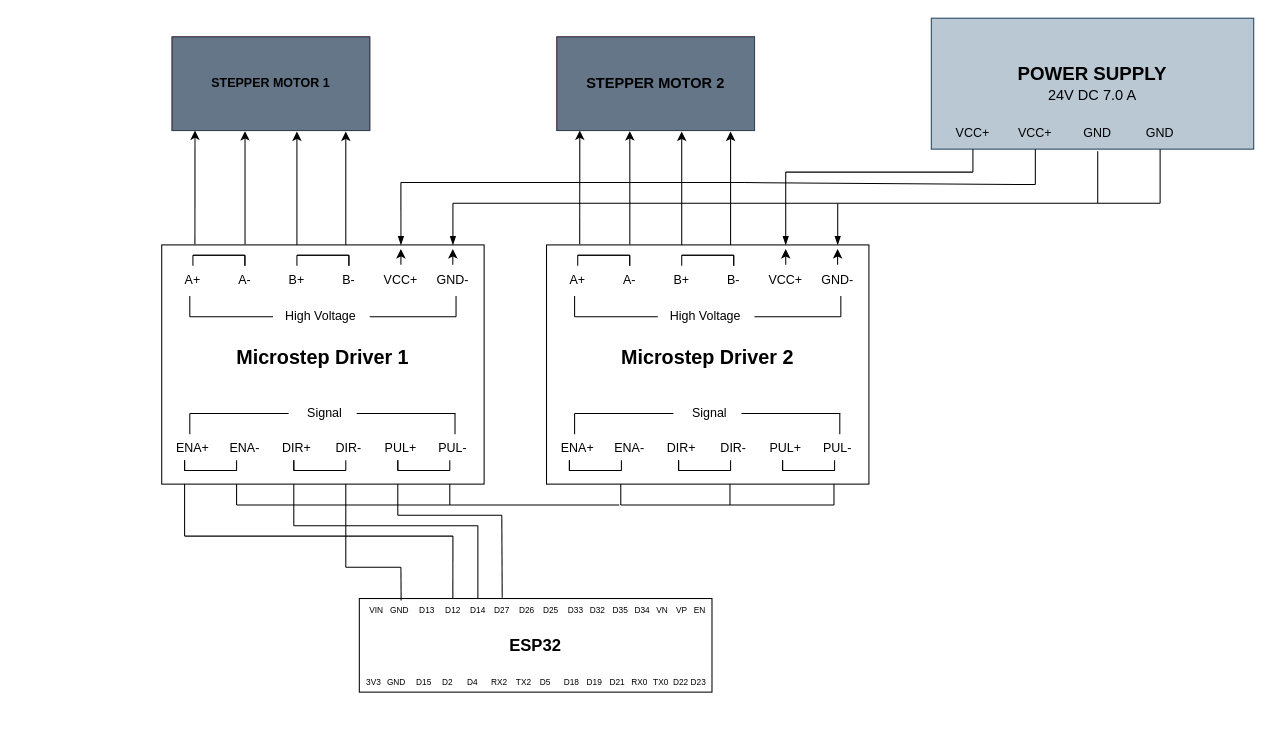
The draw.io diagram Stepper-Driver-Esp32 Circuit Diagram.drawio in DattBhatt/Draw.io, before the edit. Source tidied: cells renumbered, new cells numbered last; positions are measured from the earlier drawing's top-left corner, leaving out a move shared by most shapes. Both pictures are drawn from the tidied source at 104%, with x=0, y=0 at pixel (161, 18).
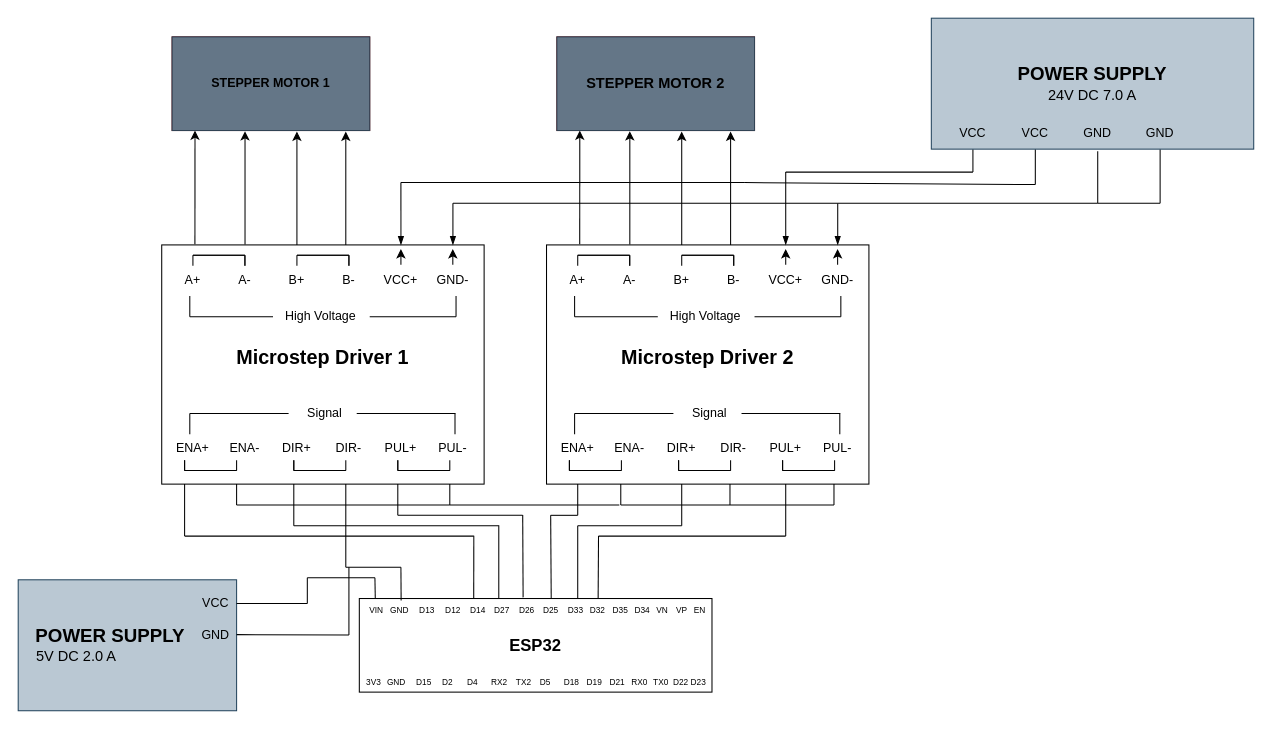
Above is the later version.

Unchanged cells that the change refers to:
```xml
<mxCell id="161" value="&lt;font style=&quot;font-size: 8px;&quot;&gt;VIN&lt;/font&gt;" style="text;html=1;align=left;verticalAlign=middle;points=[];strokeColor=none;fillColor=none;rounded=0;imageAlign=center;imageWidth=24;spacing=0;" parent="159" vertex="1">
  <mxGeometry x="9.8" width="30" height="20" as="geometry" />
</mxCell>
<mxCell id="164" value="&lt;font style=&quot;font-size: 8px;&quot;&gt;D12&lt;/font&gt;" style="text;html=1;align=left;verticalAlign=middle;points=[];strokeColor=none;fillColor=none;rounded=0;imageAlign=center;imageWidth=24;spacing=0;" parent="159" vertex="1">
  <mxGeometry x="83" width="30" height="20" as="geometry" />
</mxCell>
<mxCell id="168" value="&lt;font style=&quot;font-size: 8px;&quot;&gt;D25&lt;/font&gt;" style="text;html=1;align=left;verticalAlign=middle;points=[];strokeColor=none;fillColor=none;rounded=0;imageAlign=center;imageWidth=24;spacing=0;" parent="159" vertex="1">
  <mxGeometry x="176.8" width="30" height="20" as="geometry" />
</mxCell>
<mxCell id="169" value="&lt;font style=&quot;font-size: 8px;&quot;&gt;D33&lt;/font&gt;" style="text;html=1;align=left;verticalAlign=middle;points=[];strokeColor=none;fillColor=none;rounded=0;imageAlign=center;imageWidth=24;spacing=0;" parent="159" vertex="1">
  <mxGeometry x="200.5" width="30" height="20" as="geometry" />
</mxCell>
<mxCell id="170" value="&lt;font style=&quot;font-size: 8px;&quot;&gt;D32&lt;/font&gt;" style="text;html=1;align=left;verticalAlign=middle;points=[];strokeColor=none;fillColor=none;rounded=0;imageAlign=center;imageWidth=24;spacing=0;" parent="159" vertex="1">
  <mxGeometry x="222.1" width="30" height="20" as="geometry" />
</mxCell>
<mxCell id="197" style="group;" parent="1" vertex="1">
  <mxGeometry x="441.4" y="448" width="205" height="20" as="geometry" />
</mxCell>
```

What changed in the source:
```diff
@@
-    <mxCell id="140" value="&lt;font style=&quot;font-size: 18px;&quot;&gt;&lt;b style=&quot;&quot;&gt;POWER SUPPLY&lt;/b&gt;&lt;/font&gt;&lt;div&gt;&lt;font style=&quot;font-size: 14px;&quot;&gt;24V DC 7.0 A&lt;/font&gt;&lt;/div&gt;" style="rounded=0;whiteSpace=wrap;html=1;fillColor=#bac8d3;strokeColor=#23445d;" parent="1" vertex="1">
-      <mxGeometry x="740" width="310" height="125.9" as="geometry" />
-    </mxCell>
-    <mxCell id="141" value="VCC+" style="text;html=1;align=center;verticalAlign=middle;whiteSpace=wrap;rounded=0;" parent="1" vertex="1">
-      <mxGeometry x="750" y="96" width="60" height="30" as="geometry" />
-    </mxCell>
-    <mxCell id="142" value="VCC+" style="text;html=1;align=center;verticalAlign=middle;whiteSpace=wrap;rounded=0;" parent="1" vertex="1">
-      <mxGeometry x="810" y="96" width="60" height="30" as="geometry" />
-    </mxCell>
-    <mxCell id="143" value="GND" style="text;html=1;align=center;verticalAlign=middle;whiteSpace=wrap;rounded=0;" parent="1" vertex="1">
-      <mxGeometry x="930" y="96" width="60" height="30" as="geometry" />
-    </mxCell>
-    <mxCell id="144" value="GND" style="text;html=1;align=center;verticalAlign=middle;whiteSpace=wrap;rounded=0;" parent="1" vertex="1">
-      <mxGeometry x="870" y="96" width="60" height="30" as="geometry" />
-    </mxCell>
@@
+    <mxCell id="214" style="endArrow=none;html=1;rounded=0;entryX=0.124;entryY=1.008;entryDx=0;entryDy=0;entryPerimeter=0;strokeColor=light-dark(#000000,#FFFF33);" parent="197" edge="1">
+      <mxGeometry relative="1" as="geometry">
+        <mxPoint x="58.6" y="40" as="sourcePoint" />
+        <mxPoint x="58.6" as="targetPoint" />
+      </mxGeometry>
+    </mxCell>
@@
     <mxCell id="203" style="endArrow=none;html=1;rounded=0;strokeColor=light-dark(#000000,#FF8000);" parent="1" edge="1">
       <mxGeometry relative="1" as="geometry">
         <mxPoint x="22" y="498" as="sourcePoint" />
-        <mxPoint x="280" y="498" as="targetPoint" />
+        <mxPoint x="300" y="498" as="targetPoint" />
       </mxGeometry>
     </mxCell>
-    <mxCell id="204" style="endArrow=none;html=1;rounded=0;strokeColor=light-dark(#000000,#FF8000);exitX=0.231;exitY=0.018;exitDx=0;exitDy=0;exitPerimeter=0;" parent="1" edge="1" source="164">
+    <mxCell id="204" style="endArrow=none;html=1;rounded=0;strokeColor=light-dark(#000000,#FF8000);exitX=0.231;exitY=0.018;exitDx=0;exitDy=0;exitPerimeter=0;" parent="1" edge="1">
       <mxGeometry relative="1" as="geometry">
-        <mxPoint x="280" y="498" as="targetPoint" />
+        <mxPoint x="300" y="558" as="sourcePoint" />
+        <mxPoint x="300.1" y="497.6" as="targetPoint" />
       </mxGeometry>
     </mxCell>
@@
     <mxCell id="206" style="endArrow=none;html=1;rounded=0;strokeColor=light-dark(#000000,#FFFF33);" parent="1" edge="1">
       <mxGeometry relative="1" as="geometry">
         <mxPoint x="127" y="488" as="sourcePoint" />
-        <mxPoint x="304" y="488" as="targetPoint" />
+        <mxPoint x="324" y="488" as="targetPoint" />
       </mxGeometry>
     </mxCell>
     <mxCell id="207" style="endArrow=none;html=1;rounded=0;strokeColor=light-dark(#000000,#FFFF33);" parent="1" edge="1">
       <mxGeometry relative="1" as="geometry">
-        <mxPoint x="304" y="558" as="sourcePoint" />
-        <mxPoint x="304" y="488" as="targetPoint" />
+        <mxPoint x="324.1" y="557.6" as="sourcePoint" />
+        <mxPoint x="324.1" y="487.6" as="targetPoint" />
       </mxGeometry>
     </mxCell>
@@
     <mxCell id="212" style="endArrow=none;html=1;rounded=0;strokeColor=light-dark(#000000,#3399FF);" parent="1" edge="1">
       <mxGeometry relative="1" as="geometry">
         <mxPoint x="227" y="478" as="sourcePoint" />
-        <mxPoint x="327" y="478" as="targetPoint" />
+        <mxPoint x="347" y="478" as="targetPoint" />
       </mxGeometry>
     </mxCell>
     <mxCell id="213" style="endArrow=none;html=1;rounded=0;strokeColor=light-dark(#000000,#3399FF);exitX=0.212;exitY=-0.035;exitDx=0;exitDy=0;exitPerimeter=0;" parent="1" edge="1">
       <mxGeometry relative="1" as="geometry">
-        <mxPoint x="327.4" y="557.3" as="sourcePoint" />
-        <mxPoint x="327" y="478" as="targetPoint" />
+        <mxPoint x="347.5" y="556.9" as="sourcePoint" />
+        <mxPoint x="347.1" y="477.6" as="targetPoint" />
       </mxGeometry>
     </mxCell>
+    <mxCell id="215" style="endArrow=none;html=1;rounded=0;entryX=0.124;entryY=1.008;entryDx=0;entryDy=0;entryPerimeter=0;strokeColor=light-dark(#000000,#FF8000);" parent="1" edge="1">
+      <mxGeometry relative="1" as="geometry">
+        <mxPoint x="400" y="478" as="sourcePoint" />
+        <mxPoint x="400" y="448" as="targetPoint" />
+      </mxGeometry>
+    </mxCell>
+    <mxCell id="216" style="endArrow=none;html=1;rounded=0;strokeColor=light-dark(#000000,#FF8000);" parent="1" edge="1">
+      <mxGeometry relative="1" as="geometry">
+        <mxPoint x="400" y="478" as="sourcePoint" />
+        <mxPoint x="374" y="478" as="targetPoint" />
+      </mxGeometry>
+    </mxCell>
+    <mxCell id="217" style="endArrow=none;html=1;rounded=0;strokeColor=light-dark(#000000,#FF8000);exitX=0.257;exitY=-0.015;exitDx=0;exitDy=0;exitPerimeter=0;" parent="1" edge="1" source="168">
+      <mxGeometry relative="1" as="geometry">
+        <mxPoint x="374" y="478" as="targetPoint" />
+      </mxGeometry>
+    </mxCell>
+    <mxCell id="218" style="endArrow=none;html=1;rounded=0;strokeColor=light-dark(#000000,#FFFF33);" parent="1" edge="1">
+      <mxGeometry relative="1" as="geometry">
+        <mxPoint x="400" y="488" as="sourcePoint" />
+        <mxPoint x="500" y="488" as="targetPoint" />
+      </mxGeometry>
+    </mxCell>
+    <mxCell id="219" style="endArrow=none;html=1;rounded=0;strokeColor=light-dark(#000000,#FFFF33);entryX=0.317;entryY=0.013;entryDx=0;entryDy=0;entryPerimeter=0;" parent="1" edge="1" target="169">
+      <mxGeometry relative="1" as="geometry">
+        <mxPoint x="400" y="488" as="sourcePoint" />
+      </mxGeometry>
+    </mxCell>
+    <mxCell id="220" style="endArrow=none;html=1;rounded=0;strokeColor=light-dark(#000000,#3399FF);" parent="1" edge="1">
+      <mxGeometry relative="1" as="geometry">
+        <mxPoint x="600" y="498" as="sourcePoint" />
+        <mxPoint x="600" y="448" as="targetPoint" />
+      </mxGeometry>
+    </mxCell>
+    <mxCell id="221" style="endArrow=none;html=1;rounded=0;strokeColor=light-dark(#000000,#3399FF);" parent="1" edge="1">
+      <mxGeometry relative="1" as="geometry">
+        <mxPoint x="600" y="498" as="sourcePoint" />
+        <mxPoint x="420" y="498" as="targetPoint" />
+      </mxGeometry>
+    </mxCell>
+    <mxCell id="222" style="endArrow=none;html=1;rounded=0;strokeColor=light-dark(#000000,#3399FF);exitX=0.251;exitY=0.012;exitDx=0;exitDy=0;exitPerimeter=0;" parent="1" edge="1" source="170">
+      <mxGeometry relative="1" as="geometry">
+        <mxPoint x="420" y="498" as="targetPoint" />
+      </mxGeometry>
+    </mxCell>
+    <mxCell id="223" value="&lt;div style=&quot;&quot;&gt;&lt;b style=&quot;font-size: 18px; background-color: transparent; color: light-dark(rgb(0, 0, 0), rgb(255, 255, 255));&quot;&gt;&amp;nbsp; &amp;nbsp;POWER SUPPLY&lt;/b&gt;&lt;/div&gt;&lt;div style=&quot;&quot;&gt;&lt;font style=&quot;font-size: 14px;&quot;&gt;&amp;nbsp; &amp;nbsp; 5V DC 2.0 A&lt;/font&gt;&lt;/div&gt;" style="rounded=0;whiteSpace=wrap;html=1;fillColor=#bac8d3;strokeColor=#23445d;align=left;" parent="1" vertex="1">
+      <mxGeometry x="-138" y="540" width="210" height="125.9" as="geometry" />
+    </mxCell>
+    <mxCell id="224" value="VCC" style="text;html=1;align=center;verticalAlign=middle;whiteSpace=wrap;rounded=0;" parent="1" vertex="1">
+      <mxGeometry x="22" y="548" width="60" height="30" as="geometry" />
+    </mxCell>
+    <mxCell id="225" value="GND" style="text;html=1;align=center;verticalAlign=middle;whiteSpace=wrap;rounded=0;" parent="1" vertex="1">
+      <mxGeometry x="22" y="578" width="60" height="30" as="geometry" />
+    </mxCell>
+    <mxCell id="226" style="group;" parent="1" vertex="1">
+      <mxGeometry x="740" width="310" height="126" as="geometry" />
+    </mxCell>
+    <mxCell id="140" value="&lt;font style=&quot;font-size: 18px;&quot;&gt;&lt;b style=&quot;&quot;&gt;POWER SUPPLY&lt;/b&gt;&lt;/font&gt;&lt;div&gt;&lt;font style=&quot;font-size: 14px;&quot;&gt;24V DC 7.0 A&lt;/font&gt;&lt;/div&gt;" style="rounded=0;whiteSpace=wrap;html=1;fillColor=#bac8d3;strokeColor=#23445d;" parent="226" vertex="1">
+      <mxGeometry width="310" height="125.9" as="geometry" />
+    </mxCell>
+    <mxCell id="141" value="VCC" style="text;html=1;align=center;verticalAlign=middle;whiteSpace=wrap;rounded=0;" parent="226" vertex="1">
+      <mxGeometry x="10" y="96" width="60" height="30" as="geometry" />
+    </mxCell>
+    <mxCell id="142" value="VCC" style="text;html=1;align=center;verticalAlign=middle;whiteSpace=wrap;rounded=0;" parent="226" vertex="1">
+      <mxGeometry x="70" y="96" width="60" height="30" as="geometry" />
+    </mxCell>
+    <mxCell id="143" value="GND" style="text;html=1;align=center;verticalAlign=middle;whiteSpace=wrap;rounded=0;" parent="226" vertex="1">
+      <mxGeometry x="190" y="95.9" width="60" height="30" as="geometry" />
+    </mxCell>
+    <mxCell id="144" value="GND" style="text;html=1;align=center;verticalAlign=middle;whiteSpace=wrap;rounded=0;" parent="226" vertex="1">
+      <mxGeometry x="130" y="95.9" width="60" height="30" as="geometry" />
+    </mxCell>
+    <mxCell id="227" style="endArrow=none;html=1;rounded=0;entryX=1;entryY=0.5;entryDx=0;entryDy=0;strokeColor=light-dark(#000000,#FF0000);" parent="1" edge="1">
+      <mxGeometry relative="1" as="geometry">
+        <mxPoint x="140" y="562.8" as="sourcePoint" />
+        <mxPoint x="72" y="562.8" as="targetPoint" />
+      </mxGeometry>
+    </mxCell>
+    <mxCell id="228" style="endArrow=none;html=1;rounded=0;strokeColor=light-dark(#000000,#FF0000);" parent="1" edge="1">
+      <mxGeometry relative="1" as="geometry">
+        <mxPoint x="140" y="562.8" as="sourcePoint" />
+        <mxPoint x="140" y="538" as="targetPoint" />
+      </mxGeometry>
+    </mxCell>
+    <mxCell id="229" style="endArrow=none;html=1;rounded=0;strokeColor=light-dark(#000000,#FF0000);" parent="1" edge="1">
+      <mxGeometry relative="1" as="geometry">
+        <mxPoint x="205" y="538" as="sourcePoint" />
+        <mxPoint x="140" y="538" as="targetPoint" />
+      </mxGeometry>
+    </mxCell>
+    <mxCell id="230" style="endArrow=none;html=1;rounded=0;strokeColor=light-dark(#000000,#FF0000);entryX=0.185;entryY=0.027;entryDx=0;entryDy=0;entryPerimeter=0;" parent="1" edge="1" target="161">
+      <mxGeometry relative="1" as="geometry">
+        <mxPoint x="205" y="538" as="sourcePoint" />
+      </mxGeometry>
+    </mxCell>
+    <mxCell id="231" style="endArrow=none;html=1;rounded=0;strokeColor=light-dark(#000000,#000000);align=center;verticalAlign=middle;fontFamily=Helvetica;fontSize=11;fontColor=default;labelBackgroundColor=default;" parent="1" edge="1">
+      <mxGeometry relative="1" as="geometry">
+        <mxPoint x="72" y="592.7" as="sourcePoint" />
+        <mxPoint x="180" y="593" as="targetPoint" />
+      </mxGeometry>
+    </mxCell>
+    <mxCell id="232" style="endArrow=none;html=1;rounded=0;strokeColor=light-dark(#000000,#000000);align=center;verticalAlign=middle;fontFamily=Helvetica;fontSize=11;fontColor=default;labelBackgroundColor=default;" parent="1" edge="1">
+      <mxGeometry relative="1" as="geometry">
+        <mxPoint x="180" y="528" as="sourcePoint" />
+        <mxPoint x="180" y="593" as="targetPoint" />
+      </mxGeometry>
+    </mxCell>
```
